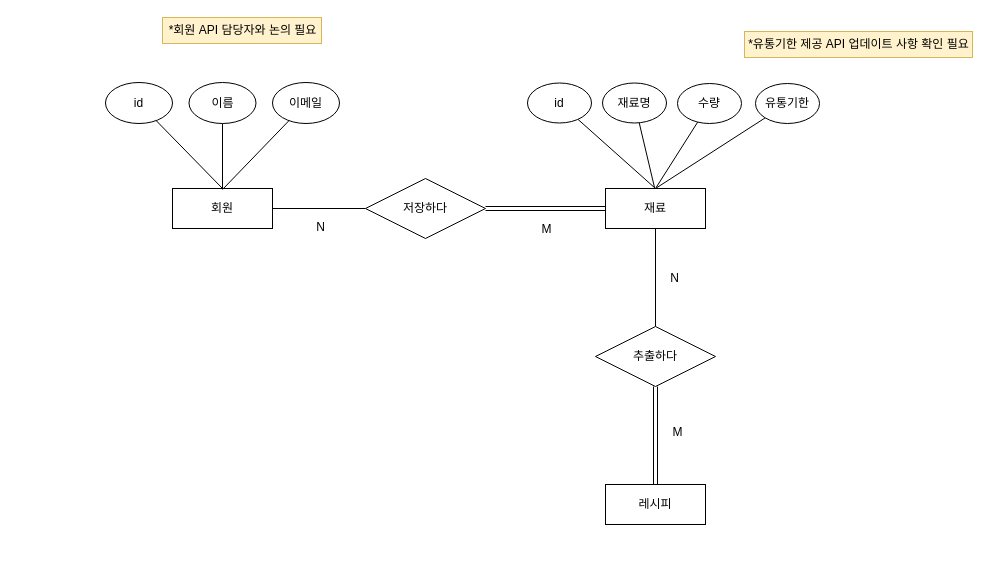
This is InfraStructure/냉시피_refact.drawio from cobinding/draw.io_collection, a draw.io file, before an edit. Source tidied: cells renumbered, new cells numbered last; positions are measured from the earlier drawing's top-left corner, leaving out a move shared by most shapes. Both pictures are drawn from the tidied source at 100%, with x=0, y=0 at pixel (105, 17).
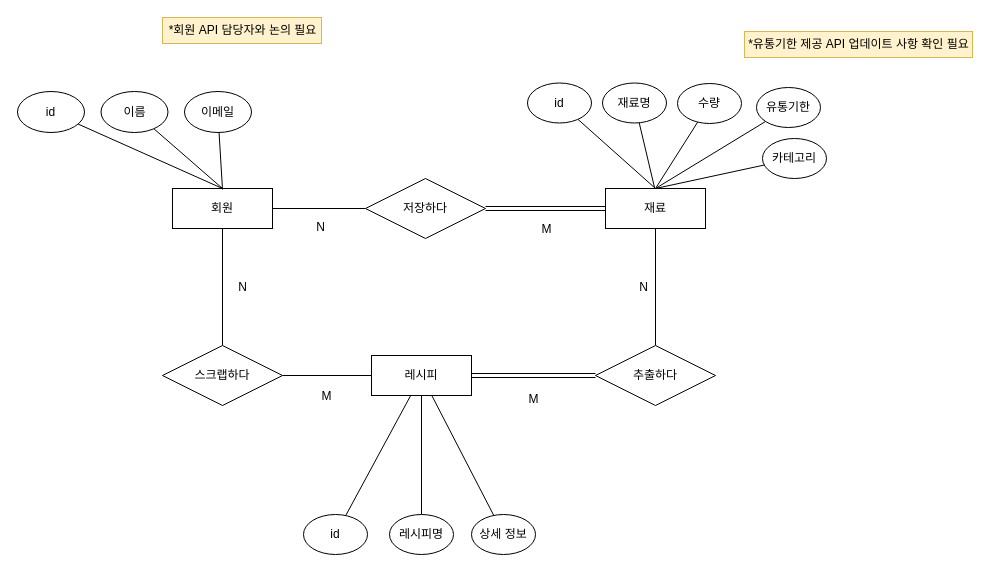
Above is the later version.

Commit message:
냉시피_refact.drawio 업데이트

Unchanged cells that the change refers to:
```xml
<mxCell id="3" value="회원" style="whiteSpace=wrap;html=1;align=center;" parent="1" vertex="1">
  <mxGeometry x="67" y="171" width="100" height="40" as="geometry" />
</mxCell>
<mxCell id="7" value="재료" style="whiteSpace=wrap;html=1;align=center;" parent="1" vertex="1">
  <mxGeometry x="500" y="171" width="100" height="40" as="geometry" />
</mxCell>
```

The edit, as a diff of the source:
```diff
@@
+    <mxCell id="31" style="rounded=0;jettySize=auto;html=1;endArrow=none;endFill=0;" parent="1" edge="1" source="3" target="41">
+      <mxGeometry relative="1" as="geometry" />
+    </mxCell>
@@
     <mxCell id="4" value="레시피" style="whiteSpace=wrap;html=1;align=center;" parent="1" vertex="1">
-      <mxGeometry x="500" y="467" width="100" height="40" as="geometry" />
+      <mxGeometry x="266" y="338" width="100" height="40" as="geometry" />
     </mxCell>
@@
     <mxCell id="13" value="추출하다" style="shape=rhombus;perimeter=rhombusPerimeter;whiteSpace=wrap;html=1;align=center;" parent="1" vertex="1">
-      <mxGeometry x="490" y="309" width="120" height="60" as="geometry" />
+      <mxGeometry x="490" y="328" width="120" height="60" as="geometry" />
     </mxCell>
@@
     <mxCell id="15" value="N" style="text;html=1;align=center;verticalAlign=middle;strokeColor=none;fillColor=none;" parent="1" vertex="1">
-      <mxGeometry x="555" y="248" width="27" height="26" as="geometry" />
+      <mxGeometry x="524" y="256.5" width="27" height="26" as="geometry" />
     </mxCell>
     <mxCell id="16" value="M" style="text;html=1;align=center;verticalAlign=middle;strokeColor=none;fillColor=none;" parent="1" vertex="1">
-      <mxGeometry x="558" y="402" width="28" height="26" as="geometry" />
+      <mxGeometry x="414" y="369" width="28" height="26" as="geometry" />
     </mxCell>
@@
     <mxCell id="18" value="id" style="ellipse;whiteSpace=wrap;html=1;align=center;" parent="1" vertex="1">
-      <mxGeometry y="65" width="67" height="41" as="geometry" />
+      <mxGeometry x="-88" y="74" width="67" height="41" as="geometry" />
     </mxCell>
@@
     <mxCell id="20" value="이름" style="ellipse;whiteSpace=wrap;html=1;align=center;" parent="1" vertex="1">
-      <mxGeometry x="83.5" y="65" width="67" height="41" as="geometry" />
+      <mxGeometry x="-4.5" y="74" width="67" height="41" as="geometry" />
     </mxCell>
@@
     <mxCell id="22" value="이메일" style="ellipse;whiteSpace=wrap;html=1;align=center;" parent="1" vertex="1">
-      <mxGeometry x="167" y="65" width="67" height="41" as="geometry" />
+      <mxGeometry x="79" y="74" width="67" height="41" as="geometry" />
     </mxCell>
@@
     <mxCell id="28" value="유통기한" style="ellipse;whiteSpace=wrap;html=1;align=center;" parent="1" vertex="1">
-      <mxGeometry x="650" y="66" width="64" height="40" as="geometry" />
+      <mxGeometry x="651" y="70" width="64" height="40" as="geometry" />
     </mxCell>
@@
+    <mxCell id="32" style="rounded=0;jettySize=auto;html=1;endArrow=none;endFill=0;entryX=0.5;entryY=0;entryDx=0;entryDy=0;" parent="1" edge="1" source="33" target="7">
+      <mxGeometry relative="1" as="geometry" />
+    </mxCell>
+    <mxCell id="33" value="카테고리" style="ellipse;whiteSpace=wrap;html=1;align=center;" parent="1" vertex="1">
+      <mxGeometry x="657" y="121" width="64" height="40" as="geometry" />
+    </mxCell>
+    <mxCell id="34" style="rounded=0;jettySize=auto;html=1;endArrow=none;endFill=0;" parent="1" edge="1" source="35" target="4">
+      <mxGeometry relative="1" as="geometry" />
+    </mxCell>
+    <mxCell id="35" value="id" style="ellipse;whiteSpace=wrap;html=1;align=center;" parent="1" vertex="1">
+      <mxGeometry x="198" y="497" width="64" height="40" as="geometry" />
+    </mxCell>
+    <mxCell id="36" style="rounded=0;jettySize=auto;html=1;endArrow=none;endFill=0;" parent="1" edge="1" source="37" target="4">
+      <mxGeometry relative="1" as="geometry" />
+    </mxCell>
+    <mxCell id="37" value="레시피명" style="ellipse;whiteSpace=wrap;html=1;align=center;" parent="1" vertex="1">
+      <mxGeometry x="284" y="497" width="64" height="40" as="geometry" />
+    </mxCell>
+    <mxCell id="38" style="rounded=0;jettySize=auto;html=1;endArrow=none;endFill=0;" parent="1" edge="1" source="39" target="4">
+      <mxGeometry relative="1" as="geometry" />
+    </mxCell>
+    <mxCell id="39" value="상세 정보" style="ellipse;whiteSpace=wrap;html=1;align=center;" parent="1" vertex="1">
+      <mxGeometry x="366" y="497" width="64" height="40" as="geometry" />
+    </mxCell>
+    <mxCell id="40" style="rounded=0;jettySize=auto;html=1;entryX=0;entryY=0.5;entryDx=0;entryDy=0;endArrow=none;endFill=0;" parent="1" edge="1" source="41" target="4">
+      <mxGeometry relative="1" as="geometry" />
+    </mxCell>
+    <mxCell id="41" value="스크랩하다" style="shape=rhombus;perimeter=rhombusPerimeter;whiteSpace=wrap;html=1;align=center;" parent="1" vertex="1">
+      <mxGeometry x="57" y="328" width="120" height="60" as="geometry" />
+    </mxCell>
+    <mxCell id="42" value="N" style="text;html=1;align=center;verticalAlign=middle;strokeColor=none;fillColor=none;" parent="1" vertex="1">
+      <mxGeometry x="123" y="256.5" width="27" height="26" as="geometry" />
+    </mxCell>
+    <mxCell id="43" value="M" style="text;html=1;align=center;verticalAlign=middle;strokeColor=none;fillColor=none;" parent="1" vertex="1">
+      <mxGeometry x="207" y="366" width="28" height="26" as="geometry" />
+    </mxCell>
```
